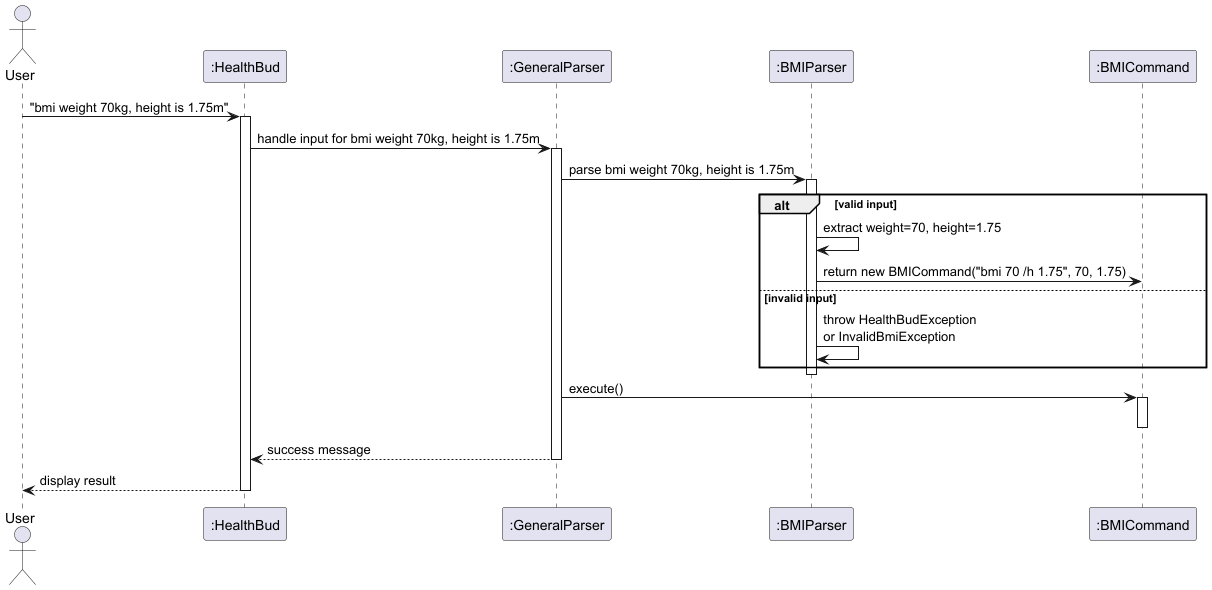
The PlantUML diagram docs/images/BMISD.png in Jasonlobo21/tp, before a commit.
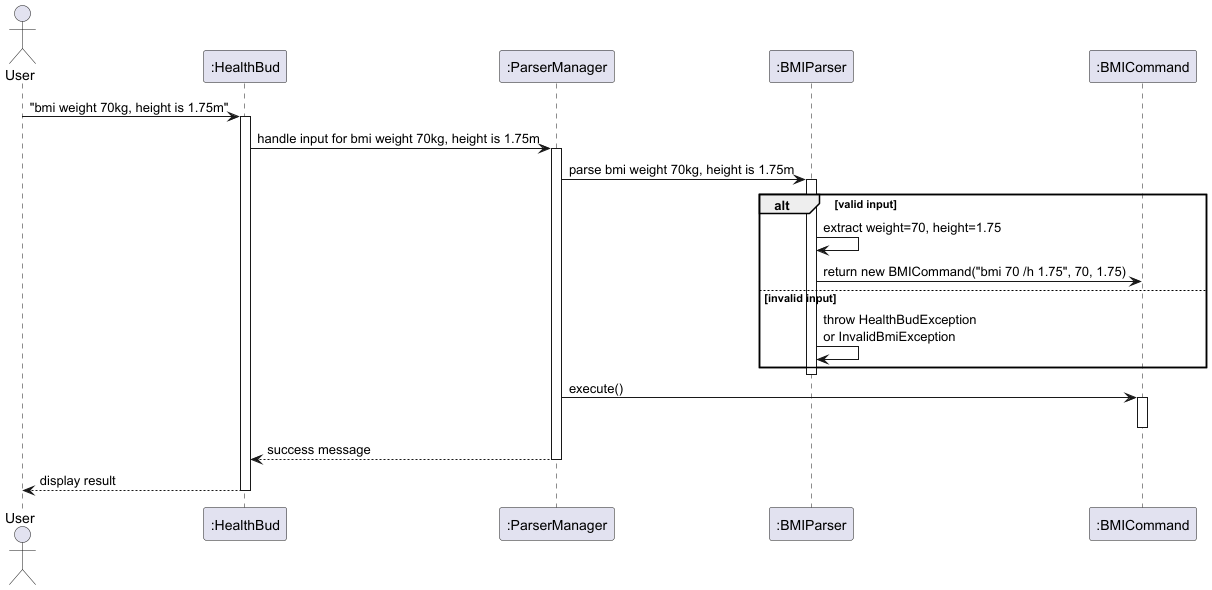
After the change.

Diff of the diagram source:
```diff
@@ -1,7 +1,7 @@
 @startuml
 actor User
 participant ":HealthBud" as HealthBud
-participant ":GeneralParser" as GeneralParser
+participant ":ParserManager" as GeneralParser
 participant ":BMIParser" as BMIParser
 participant ":BMICommand" as BMICommand
 
```
